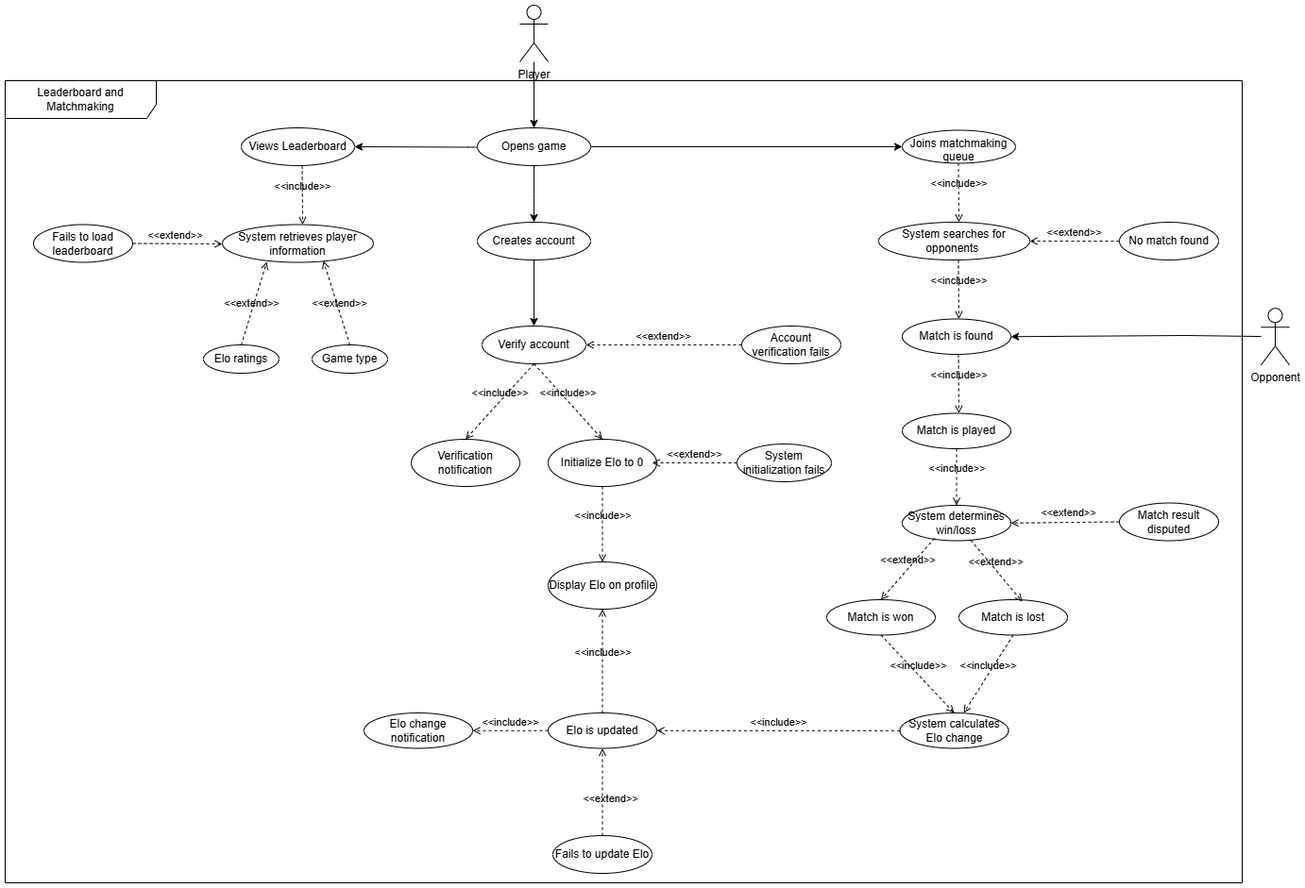
Above: Use Cases/LeaderboardUseCaseDiagram.png in aeMyst/Minigame-Portal (draw.io), before the change. Source tidied: cells renumbered, new cells last; positions are measured from the earlier drawing's top-left corner, leaving out a move shared by most shapes.
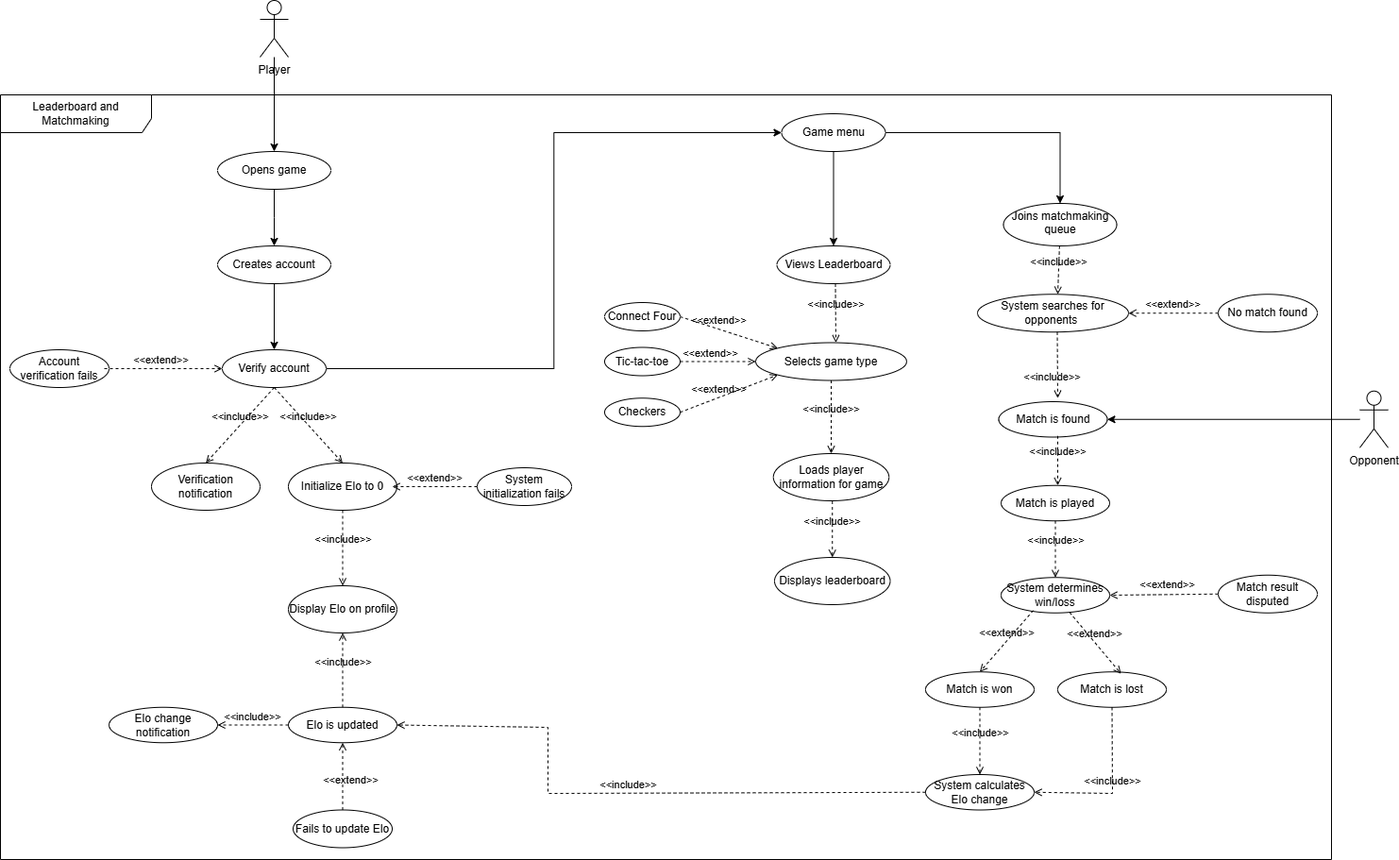
Later version of the same file.

Commit message:
update use case diagram

Change to the diagram source:
```diff
@@ -8,3 +8,3 @@
     <mxCell id="3" value="Player" style="shape=umlActor;verticalLabelPosition=bottom;verticalAlign=top;html=1;outlineConnect=0;" parent="1" vertex="1">
-      <mxGeometry x="545" width="30" height="60" as="geometry" />
+      <mxGeometry x="185" y="-20" width="30" height="60" as="geometry" />
     </mxCell>
@@ -12,24 +12,19 @@
       <mxGeometry relative="1" as="geometry">
-        <mxPoint x="560" y="230" as="targetPoint" />
+        <mxPoint x="200" y="240" as="targetPoint" />
       </mxGeometry>
     </mxCell>
-    <mxCell id="5" style="edgeStyle=orthogonalEdgeStyle;rounded=0;jettySize=auto;html=1;" parent="1" edge="1" source="7" target="20">
-      <mxGeometry relative="1" as="geometry" />
-    </mxCell>
-    <mxCell id="6" style="edgeStyle=orthogonalEdgeStyle;rounded=0;jettySize=auto;html=1;" parent="1" edge="1" target="51">
-      <mxGeometry relative="1" as="geometry">
-        <mxPoint x="610" y="150" as="sourcePoint" />
-      </mxGeometry>
-    </mxCell>
     <mxCell id="7" value="Opens game" style="ellipse;whiteSpace=wrap;html=1;" parent="1" vertex="1">
-      <mxGeometry x="500" y="130" width="120" height="40" as="geometry" />
+      <mxGeometry x="140" y="140" width="120" height="40" as="geometry" />
     </mxCell>
     <mxCell id="8" value="Leaderboard and Matchmaking" style="shape=umlFrame;whiteSpace=wrap;html=1;width=160;height=40;" parent="1" vertex="1">
-      <mxGeometry y="80" width="1310" height="850" as="geometry" />
+      <mxGeometry x="-90" y="80" width="1410" height="810" as="geometry" />
     </mxCell>
+    <mxCell id="60" style="edgeStyle=orthogonalEdgeStyle;rounded=0;jettySize=auto;html=1;entryX=0;entryY=0.5;entryDx=0;entryDy=0;" parent="1" edge="1" source="9" target="63">
+      <mxGeometry relative="1" as="geometry" />
+    </mxCell>
     <mxCell id="9" value="Verify account" style="ellipse;whiteSpace=wrap;html=1;" parent="1" vertex="1">
-      <mxGeometry x="505" y="340" width="110" height="40" as="geometry" />
+      <mxGeometry x="145" y="350" width="110" height="40" as="geometry" />
     </mxCell>
     <mxCell id="10" value="Initialize Elo to 0" style="ellipse;whiteSpace=wrap;html=1;" parent="1" vertex="1">
-      <mxGeometry x="575" y="460" width="115" height="50" as="geometry" />
+      <mxGeometry x="215" y="470" width="115" height="50" as="geometry" />
     </mxCell>
@@ -39,3 +34,3 @@
     <mxCell id="12" value="Verification notification" style="ellipse;whiteSpace=wrap;html=1;" parent="1" vertex="1">
-      <mxGeometry x="430" y="460" width="115" height="50" as="geometry" />
+      <mxGeometry x="70" y="470" width="115" height="50" as="geometry" />
     </mxCell>
@@ -45,3 +40,3 @@
     <mxCell id="14" value="Display Elo on profile" style="ellipse;whiteSpace=wrap;html=1;" parent="1" vertex="1">
-      <mxGeometry x="575" y="590" width="115" height="50" as="geometry" />
+      <mxGeometry x="215" y="600" width="115" height="50" as="geometry" />
     </mxCell>
@@ -51,9 +46,11 @@
     <mxCell id="16" value="Account verification fails" style="ellipse;whiteSpace=wrap;html=1;" parent="1" vertex="1">
-      <mxGeometry x="780" y="340" width="105" height="40" as="geometry" />
+      <mxGeometry x="-80" y="350" width="105" height="40" as="geometry" />
     </mxCell>
-    <mxCell id="17" value="&amp;lt;&amp;lt;extend&amp;gt;&amp;gt;" style="html=1;verticalAlign=bottom;labelBackgroundColor=none;endArrow=open;endFill=0;dashed=1;rounded=0;exitX=0;exitY=0.5;exitDx=0;exitDy=0;" parent="1" edge="1" source="16" target="9">
-      <mxGeometry x="0.01" relative="1" as="geometry" />
+    <mxCell id="17" value="&amp;lt;&amp;lt;extend&amp;gt;&amp;gt;" style="html=1;verticalAlign=bottom;labelBackgroundColor=none;endArrow=open;endFill=0;dashed=1;rounded=0;" parent="1" edge="1" target="9">
+      <mxGeometry x="-0.04" relative="1" as="geometry">
+        <mxPoint x="20" y="370" as="sourcePoint" />
+      </mxGeometry>
     </mxCell>
     <mxCell id="18" value="System initialization fails" style="ellipse;whiteSpace=wrap;html=1;" parent="1" vertex="1">
-      <mxGeometry x="775" y="465" width="100" height="40" as="geometry" />
+      <mxGeometry x="415" y="475" width="100" height="40" as="geometry" />
     </mxCell>
@@ -63,3 +60,3 @@
     <mxCell id="20" value="Joins matchmaking queue" style="ellipse;whiteSpace=wrap;html=1;verticalAlign=top;" parent="1" vertex="1">
-      <mxGeometry x="950" y="132.5" width="120" height="35" as="geometry" />
+      <mxGeometry x="972.5" y="195" width="120" height="45" as="geometry" />
     </mxCell>
@@ -69,11 +66,10 @@
     <mxCell id="22" value="Creates account" style="ellipse;whiteSpace=wrap;html=1;" parent="1" vertex="1">
-      <mxGeometry x="500" y="230" width="120" height="40" as="geometry" />
+      <mxGeometry x="140" y="240" width="120" height="40" as="geometry" />
     </mxCell>
     <mxCell id="23" value="System searches for opponents&amp;nbsp;" style="ellipse;whiteSpace=wrap;html=1;" parent="1" vertex="1">
-      <mxGeometry x="925" y="230" width="160" height="40" as="geometry" />
+      <mxGeometry x="945" y="291.2" width="160" height="40" as="geometry" />
     </mxCell>
-    <mxCell id="24" value="&amp;lt;&amp;lt;include&amp;gt;&amp;gt;" style="html=1;verticalAlign=bottom;labelBackgroundColor=none;endArrow=open;endFill=0;dashed=1;rounded=0;exitX=0.5;exitY=1;exitDx=0;exitDy=0;" parent="1" edge="1">
+    <mxCell id="24" value="&amp;lt;&amp;lt;include&amp;gt;&amp;gt;" style="html=1;verticalAlign=bottom;labelBackgroundColor=none;endArrow=open;endFill=0;dashed=1;rounded=0;" parent="1" edge="1" source="20">
       <mxGeometry relative="1" as="geometry">
-        <mxPoint x="1009.5" y="167.5" as="sourcePoint" />
-        <mxPoint x="1010" y="230" as="targetPoint" />
+        <mxPoint x="1030" y="291.2" as="targetPoint" />
       </mxGeometry>
@@ -81,18 +77,14 @@
     <mxCell id="25" value="Opponent" style="shape=umlActor;verticalLabelPosition=bottom;verticalAlign=top;html=1;outlineConnect=0;" parent="1" vertex="1">
-      <mxGeometry x="1330" y="321.2" width="30" height="60" as="geometry" />
+      <mxGeometry x="1350" y="393.8" width="30" height="60" as="geometry" />
     </mxCell>
     <mxCell id="26" style="endArrow=classic;html=1;rounded=0;entryX=1;entryY=0.5;entryDx=0;entryDy=0;" parent="1" edge="1" source="25" target="27">
-      <mxGeometry relative="1" as="geometry">
-        <Array as="points">
-          <mxPoint x="1250" y="350" />
-        </Array>
-      </mxGeometry>
+      <mxGeometry relative="1" as="geometry" />
     </mxCell>
     <mxCell id="27" value="Match is found" style="ellipse;whiteSpace=wrap;html=1;" parent="1" vertex="1">
-      <mxGeometry x="950" y="332.5" width="115" height="37.5" as="geometry" />
+      <mxGeometry x="967.5" y="405" width="115" height="37.5" as="geometry" />
     </mxCell>
     <mxCell id="28" value="&amp;lt;&amp;lt;include&amp;gt;&amp;gt;" style="html=1;verticalAlign=bottom;labelBackgroundColor=none;endArrow=open;endFill=0;dashed=1;rounded=0;exitX=0.5;exitY=1;exitDx=0;exitDy=0;" parent="1" edge="1">
-      <mxGeometry relative="1" as="geometry">
-        <mxPoint x="1009.5" y="270" as="sourcePoint" />
-        <mxPoint x="1010" y="332.5" as="targetPoint" />
+      <mxGeometry x="0.64" y="-6" relative="1" as="geometry">
+        <mxPoint x="1029.5" y="331.2" as="sourcePoint" />
+        <mxPoint x="1030" y="401.2" as="targetPoint" />
       </mxGeometry>
@@ -100,3 +92,3 @@
     <mxCell id="29" value="No match found" style="ellipse;whiteSpace=wrap;html=1;" parent="1" vertex="1">
-      <mxGeometry x="1180" y="230" width="105" height="40" as="geometry" />
+      <mxGeometry x="1200" y="291.2" width="105" height="40" as="geometry" />
     </mxCell>
@@ -106,8 +98,8 @@
     <mxCell id="31" value="Match is played" style="ellipse;whiteSpace=wrap;html=1;" parent="1" vertex="1">
-      <mxGeometry x="950" y="432.5" width="115" height="37.5" as="geometry" />
+      <mxGeometry x="970" y="493.8" width="115" height="37.5" as="geometry" />
     </mxCell>
-    <mxCell id="32" value="&amp;lt;&amp;lt;include&amp;gt;&amp;gt;" style="html=1;verticalAlign=bottom;labelBackgroundColor=none;endArrow=open;endFill=0;dashed=1;rounded=0;exitX=0.5;exitY=1;exitDx=0;exitDy=0;" parent="1" edge="1">
+    <mxCell id="32" value="&amp;lt;&amp;lt;include&amp;gt;&amp;gt;" style="html=1;verticalAlign=bottom;labelBackgroundColor=none;endArrow=open;endFill=0;dashed=1;rounded=0;" parent="1" edge="1">
       <mxGeometry relative="1" as="geometry">
-        <mxPoint x="1009.5" y="370" as="sourcePoint" />
-        <mxPoint x="1010" y="432.5" as="targetPoint" />
+        <mxPoint x="1030" y="441.2" as="sourcePoint" />
+        <mxPoint x="1030" y="493.8" as="targetPoint" />
       </mxGeometry>
@@ -115,5 +107,5 @@
     <mxCell id="33" value="System determines win/loss" style="ellipse;whiteSpace=wrap;html=1;" parent="1" vertex="1">
-      <mxGeometry x="950" y="530" width="115" height="37.5" as="geometry" />
+      <mxGeometry x="970" y="591.2" width="115" height="37.5" as="geometry" />
     </mxCell>
-    <mxCell id="34" value="&amp;lt;&amp;lt;include&amp;gt;&amp;gt;" style="html=1;verticalAlign=bottom;labelBackgroundColor=none;endArrow=open;endFill=0;dashed=1;rounded=0;exitX=0.5;exitY=1;exitDx=0;exitDy=0;entryX=0.5;entryY=0;entryDx=0;entryDy=0;" parent="1" edge="1" source="31" target="33">
+    <mxCell id="34" value="&amp;lt;&amp;lt;include&amp;gt;&amp;gt;" style="html=1;verticalAlign=bottom;labelBackgroundColor=none;endArrow=open;endFill=0;dashed=1;rounded=0;entryX=0.5;entryY=0;entryDx=0;entryDy=0;" parent="1" edge="1" source="31" target="33">
       <mxGeometry relative="1" as="geometry" />
@@ -121,6 +113,6 @@
     <mxCell id="35" value="Match is lost" style="ellipse;whiteSpace=wrap;html=1;" parent="1" vertex="1">
-      <mxGeometry x="1010" y="630" width="115" height="37.5" as="geometry" />
+      <mxGeometry x="1030" y="691.2" width="115" height="37.5" as="geometry" />
     </mxCell>
     <mxCell id="36" value="Match result disputed" style="ellipse;whiteSpace=wrap;html=1;" parent="1" vertex="1">
-      <mxGeometry x="1180" y="527.5" width="105" height="40" as="geometry" />
+      <mxGeometry x="1200" y="588.8" width="105" height="40" as="geometry" />
     </mxCell>
@@ -128,3 +120,3 @@
       <mxGeometry x="-0.06" y="-1" relative="1" as="geometry">
-        <mxPoint x="1065" y="548.8" as="targetPoint" />
+        <mxPoint x="1085" y="610" as="targetPoint" />
       </mxGeometry>
@@ -132,3 +124,3 @@
     <mxCell id="38" value="Match is won" style="ellipse;whiteSpace=wrap;html=1;" parent="1" vertex="1">
-      <mxGeometry x="870" y="630" width="115" height="37.5" as="geometry" />
+      <mxGeometry x="890" y="691.2" width="115" height="37.5" as="geometry" />
     </mxCell>
@@ -141,3 +133,3 @@
     <mxCell id="41" value="System calculates Elo change" style="ellipse;whiteSpace=wrap;html=1;" parent="1" vertex="1">
-      <mxGeometry x="947.5" y="750" width="115" height="37.5" as="geometry" />
+      <mxGeometry x="890" y="800" width="115" height="37.5" as="geometry" />
     </mxCell>
@@ -146,10 +138,19 @@
     </mxCell>
-    <mxCell id="43" value="&amp;lt;&amp;lt;include&amp;gt;&amp;gt;" style="html=1;verticalAlign=bottom;labelBackgroundColor=none;endArrow=open;endFill=0;dashed=1;rounded=0;entryX=0.587;entryY=0;entryDx=0;entryDy=0;entryPerimeter=0;exitX=0.5;exitY=1;exitDx=0;exitDy=0;" parent="1" edge="1" source="35" target="41">
-      <mxGeometry relative="1" as="geometry" />
+    <mxCell id="43" value="&amp;lt;&amp;lt;include&amp;gt;&amp;gt;" style="html=1;verticalAlign=bottom;labelBackgroundColor=none;endArrow=open;endFill=0;dashed=1;rounded=0;entryX=1;entryY=0.5;entryDx=0;entryDy=0;exitX=0.5;exitY=1;exitDx=0;exitDy=0;" parent="1" edge="1" source="35" target="41">
+      <mxGeometry relative="1" as="geometry">
+        <Array as="points">
+          <mxPoint x="1088" y="820" />
+        </Array>
+      </mxGeometry>
     </mxCell>
     <mxCell id="44" value="Elo is updated" style="ellipse;whiteSpace=wrap;html=1;" parent="1" vertex="1">
-      <mxGeometry x="575" y="750" width="115" height="37.5" as="geometry" />
+      <mxGeometry x="215" y="728.8" width="115" height="37.5" as="geometry" />
     </mxCell>
     <mxCell id="45" value="&amp;lt;&amp;lt;include&amp;gt;&amp;gt;" style="html=1;verticalAlign=bottom;labelBackgroundColor=none;endArrow=open;endFill=0;dashed=1;rounded=0;exitX=0;exitY=0.5;exitDx=0;exitDy=0;entryX=1;entryY=0.5;entryDx=0;entryDy=0;" parent="1" edge="1" source="41" target="44">
-      <mxGeometry relative="1" as="geometry" />
+      <mxGeometry relative="1" as="geometry">
+        <Array as="points">
+          <mxPoint x="490" y="820" />
+          <mxPoint x="490" y="750" />
+        </Array>
+      </mxGeometry>
     </mxCell>
@@ -159,3 +160,3 @@
     <mxCell id="47" value="Elo change notification" style="ellipse;whiteSpace=wrap;html=1;" parent="1" vertex="1">
-      <mxGeometry x="380" y="750" width="115" height="37.5" as="geometry" />
+      <mxGeometry x="25" y="728.8" width="115" height="37.5" as="geometry" />
     </mxCell>
@@ -165,3 +166,3 @@
     <mxCell id="49" value="Fails to update Elo" style="ellipse;whiteSpace=wrap;html=1;" parent="1" vertex="1">
-      <mxGeometry x="580" y="880" width="105" height="40" as="geometry" />
+      <mxGeometry x="220" y="837.5" width="105" height="40" as="geometry" />
     </mxCell>
@@ -172,34 +173,55 @@
     </mxCell>
+    <mxCell id="61" style="edgeStyle=orthogonalEdgeStyle;rounded=0;jettySize=auto;html=1;" parent="1" edge="1" source="63" target="20">
+      <mxGeometry relative="1" as="geometry" />
+    </mxCell>
+    <mxCell id="62" style="edgeStyle=orthogonalEdgeStyle;rounded=0;jettySize=auto;html=1;" parent="1" edge="1" source="63" target="51">
+      <mxGeometry relative="1" as="geometry" />
+    </mxCell>
+    <mxCell id="63" value="Game menu" style="ellipse;whiteSpace=wrap;html=1;" parent="1" vertex="1">
+      <mxGeometry x="737.5" y="100" width="110" height="40" as="geometry" />
+    </mxCell>
     <mxCell id="51" value="Views Leaderboard" style="ellipse;whiteSpace=wrap;html=1;" parent="1" vertex="1">
-      <mxGeometry x="250" y="130" width="120" height="40" as="geometry" />
+      <mxGeometry x="732.5" y="240" width="120" height="40" as="geometry" />
     </mxCell>
-    <mxCell id="52" value="System retrieves player information" style="ellipse;whiteSpace=wrap;html=1;" parent="1" vertex="1">
-      <mxGeometry x="230" y="232.5" width="160" height="40" as="geometry" />
-    </mxCell>
-    <mxCell id="53" value="&amp;lt;&amp;lt;include&amp;gt;&amp;gt;" style="html=1;verticalAlign=bottom;labelBackgroundColor=none;endArrow=open;endFill=0;dashed=1;rounded=0;exitX=0.5;exitY=1;exitDx=0;exitDy=0;" parent="1" edge="1">
-      <mxGeometry relative="1" as="geometry">
-        <mxPoint x="314.5" y="170" as="sourcePoint" />
-        <mxPoint x="315" y="232.5" as="targetPoint" />
-      </mxGeometry>
-    </mxCell>
-    <mxCell id="54" value="Elo ratings" style="ellipse;whiteSpace=wrap;html=1;" parent="1" vertex="1">
-      <mxGeometry x="210" y="360" width="80" height="30" as="geometry" />
-    </mxCell>
-    <mxCell id="55" value="&amp;lt;&amp;lt;extend&amp;gt;&amp;gt;" style="html=1;verticalAlign=bottom;labelBackgroundColor=none;endArrow=open;endFill=0;dashed=1;rounded=0;exitX=0.5;exitY=0;exitDx=0;exitDy=0;entryX=0.294;entryY=0.988;entryDx=0;entryDy=0;entryPerimeter=0;" parent="1" edge="1" source="54" target="52">
-      <mxGeometry x="-0.2" relative="1" as="geometry" />
-    </mxCell>
-    <mxCell id="56" value="&amp;lt;&amp;lt;extend&amp;gt;&amp;gt;" style="html=1;verticalAlign=bottom;labelBackgroundColor=none;endArrow=open;endFill=0;dashed=1;rounded=0;exitX=0.5;exitY=0;exitDx=0;exitDy=0;entryX=0.669;entryY=0.963;entryDx=0;entryDy=0;entryPerimeter=0;" parent="1" edge="1" source="57" target="52">
-      <mxGeometry x="-0.2" relative="1" as="geometry" />
-    </mxCell>
-    <mxCell id="57" value="Game type" style="ellipse;whiteSpace=wrap;html=1;" parent="1" vertex="1">
-      <mxGeometry x="325" y="360" width="80" height="30" as="geometry" />
-    </mxCell>
-    <mxCell id="58" value="Fails to load leaderboard" style="ellipse;whiteSpace=wrap;html=1;" parent="1" vertex="1">
-      <mxGeometry x="30" y="232.5" width="105" height="40" as="geometry" />
-    </mxCell>
-    <mxCell id="59" value="&amp;lt;&amp;lt;extend&amp;gt;&amp;gt;" style="html=1;verticalAlign=bottom;labelBackgroundColor=none;endArrow=open;endFill=0;dashed=1;rounded=0;exitX=1;exitY=0.5;exitDx=0;exitDy=0;" parent="1" edge="1" source="58">
-      <mxGeometry x="-0.05" relative="1" as="geometry">
-        <mxPoint x="230" y="253" as="targetPoint" />
-      </mxGeometry>
-    </mxCell>
+    <mxCell id="64" value="Selects game type" style="ellipse;whiteSpace=wrap;html=1;" parent="1" vertex="1">
+      <mxGeometry x="710" y="342.5" width="160" height="40" as="geometry" />
+    </mxCell>
+    <mxCell id="65" value="&amp;lt;&amp;lt;include&amp;gt;&amp;gt;" style="html=1;verticalAlign=bottom;labelBackgroundColor=none;endArrow=open;endFill=0;dashed=1;rounded=0;exitX=0.5;exitY=1;exitDx=0;exitDy=0;" parent="1" edge="1">
+      <mxGeometry relative="1" as="geometry">
+        <mxPoint x="794.5" y="280" as="sourcePoint" />
+        <mxPoint x="795" y="342.5" as="targetPoint" />
+      </mxGeometry>
+    </mxCell>
+    <mxCell id="66" value="&amp;lt;&amp;lt;extend&amp;gt;&amp;gt;" style="html=1;verticalAlign=bottom;labelBackgroundColor=none;endArrow=open;endFill=0;dashed=1;rounded=0;exitX=1;exitY=0.5;exitDx=0;exitDy=0;entryX=0;entryY=1;entryDx=0;entryDy=0;" parent="1" edge="1" source="67" target="64">
+      <mxGeometry x="-0.2" relative="1" as="geometry" />
+    </mxCell>
+    <mxCell id="67" value="Checkers" style="ellipse;whiteSpace=wrap;html=1;" parent="1" vertex="1">
+      <mxGeometry x="550" y="401.2" width="80" height="30" as="geometry" />
+    </mxCell>
+    <mxCell id="68" value="Loads player information for game" style="ellipse;whiteSpace=wrap;html=1;" parent="1" vertex="1">
+      <mxGeometry x="728.8" y="460" width="122.5" height="50" as="geometry" />
+    </mxCell>
+    <mxCell id="69" value="&amp;lt;&amp;lt;include&amp;gt;&amp;gt;" style="html=1;verticalAlign=bottom;labelBackgroundColor=none;endArrow=open;endFill=0;dashed=1;rounded=0;exitX=0.5;exitY=1;exitDx=0;exitDy=0;" parent="1" edge="1" source="64" target="68">
+      <mxGeometry relative="1" as="geometry" />
+    </mxCell>
+    <mxCell id="70" value="&amp;lt;&amp;lt;extend&amp;gt;&amp;gt;" style="html=1;verticalAlign=bottom;labelBackgroundColor=none;endArrow=open;endFill=0;dashed=1;rounded=0;exitX=1;exitY=0.5;exitDx=0;exitDy=0;entryX=0;entryY=0.5;entryDx=0;entryDy=0;" parent="1" edge="1" source="71" target="64">
+      <mxGeometry x="-0.2" relative="1" as="geometry" />
+    </mxCell>
+    <mxCell id="71" value="Tic-tac-toe" style="ellipse;whiteSpace=wrap;html=1;" parent="1" vertex="1">
+      <mxGeometry x="550" y="347.5" width="80" height="30" as="geometry" />
+    </mxCell>
+    <mxCell id="72" value="&amp;lt;&amp;lt;extend&amp;gt;&amp;gt;" style="html=1;verticalAlign=bottom;labelBackgroundColor=none;endArrow=open;endFill=0;dashed=1;rounded=0;exitX=1;exitY=0.5;exitDx=0;exitDy=0;entryX=0;entryY=0;entryDx=0;entryDy=0;" parent="1" edge="1" source="73" target="64">
+      <mxGeometry x="-0.2" relative="1" as="geometry" />
+    </mxCell>
+    <mxCell id="73" value="Connect Four" style="ellipse;whiteSpace=wrap;html=1;" parent="1" vertex="1">
+      <mxGeometry x="550" y="300" width="80" height="30" as="geometry" />
+    </mxCell>
+    <mxCell id="74" value="Displays leaderboard" style="ellipse;whiteSpace=wrap;html=1;" parent="1" vertex="1">
+      <mxGeometry x="730" y="570" width="122.5" height="50" as="geometry" />
+    </mxCell>
+    <mxCell id="75" value="&amp;lt;&amp;lt;include&amp;gt;&amp;gt;" style="html=1;verticalAlign=bottom;labelBackgroundColor=none;endArrow=open;endFill=0;dashed=1;rounded=0;exitX=0.5;exitY=1;exitDx=0;exitDy=0;" parent="1" edge="1" target="74">
+      <mxGeometry relative="1" as="geometry">
+        <mxPoint x="791.2" y="510.5" as="sourcePoint" />
+      </mxGeometry>
+    </mxCell>
   </root>
```
